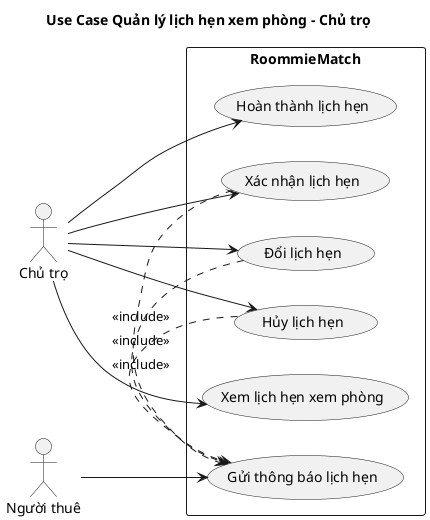
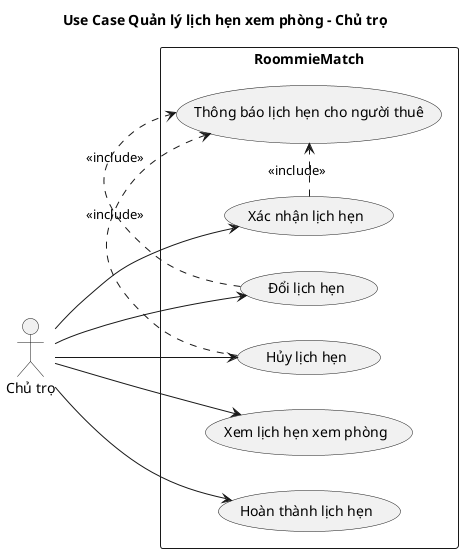
@startuml
title Use Case Quản lý lịch hẹn xem phòng - Chủ trọ

left to right direction
skinparam shadowing false
actor "Chủ trọ" as Landlord
- actor "Người thuê" as Tenant

rectangle "RoommieMatch" {
  usecase "Xem lịch hẹn xem phòng" as ViewAppointments
  usecase "Xác nhận lịch hẹn" as ConfirmAppointment
  usecase "Đổi lịch hẹn" as RescheduleAppointment
  usecase "Hoàn thành lịch hẹn" as CompleteAppointment
  usecase "Hủy lịch hẹn" as CancelAppointment
-   usecase "Gửi thông báo lịch hẹn" as NotifyTenant
+   usecase "Thông báo lịch hẹn cho người thuê" as NotifyTenant
}

Landlord --> ViewAppointments
Landlord --> ConfirmAppointment
Landlord --> RescheduleAppointment
Landlord --> CompleteAppointment
Landlord --> CancelAppointment
- Tenant --> NotifyTenant

ConfirmAppointment .> NotifyTenant : <<include>>
RescheduleAppointment .> NotifyTenant : <<include>>
CancelAppointment .> NotifyTenant : <<include>>

@enduml
